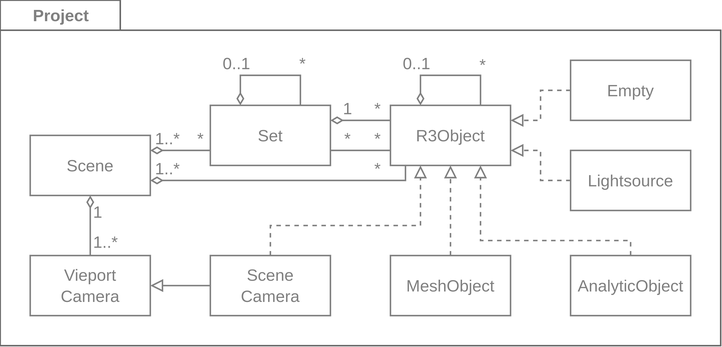
The draw.io diagram wiki/MetaSceneGraph.svg in YoanWithY/kayo, before a commit. Source tidied: cells renumbered, new cells last; positions are measured from the earlier drawing's top-left corner, leaving out a move shared by most shapes.
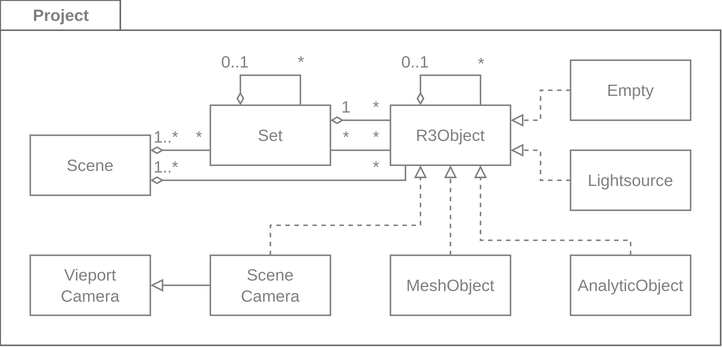
Above is the later version.

What changed in the source:
```diff
@@ -23,23 +23,6 @@
         <mxPoint x="-4" y="1" as="offset" />
       </mxGeometry>
     </mxCell>
-    <mxCell id="6" style="edgeStyle=orthogonalEdgeStyle;fontSize=11;endArrow=none;startArrow=diamondThin;rounded=0;startFill=0;fontColor=#808080;strokeColor=#808080;endFill=0;fontFamily=Helvetica;labelBorderColor=none;html=1;" parent="1" edge="1" source="30" target="31">
-      <mxGeometry relative="1" as="geometry">
-        <Array as="points">
-          <mxPoint x="60" y="190" />
-        </Array>
-      </mxGeometry>
-    </mxCell>
-    <mxCell id="7" value="1" style="edgeLabel;align=left;verticalAlign=middle;fontColor=#808080;labelBackgroundColor=none;rounded=0;fontFamily=Helvetica;fontSize=11;labelBorderColor=none;html=1;" parent="6" vertex="1">
-      <mxGeometry x="-0.65" relative="1" as="geometry">
-        <mxPoint y="3" as="offset" />
-      </mxGeometry>
-    </mxCell>
-    <mxCell id="8" value="1..*" style="edgeLabel;align=left;verticalAlign=middle;fontSize=11;fontFamily=Helvetica;fontColor=#808080;labelBackgroundColor=none;labelBorderColor=none;rounded=0;html=1;" parent="6" vertex="1">
-      <mxGeometry x="0.92" y="1" relative="1" as="geometry">
-        <mxPoint x="-1" y="-8" as="offset" />
-      </mxGeometry>
-    </mxCell>
     <mxCell id="9" style="edgeStyle=orthogonalEdgeStyle;shape=connector;rounded=0;labelBackgroundColor=default;strokeColor=#808080;fontFamily=Helvetica;fontSize=11;fontColor=#808080;endArrow=block;endFill=0;labelBorderColor=none;html=1;" parent="1" edge="1" source="32" target="31">
       <mxGeometry relative="1" as="geometry" />
     </mxCell>
```
